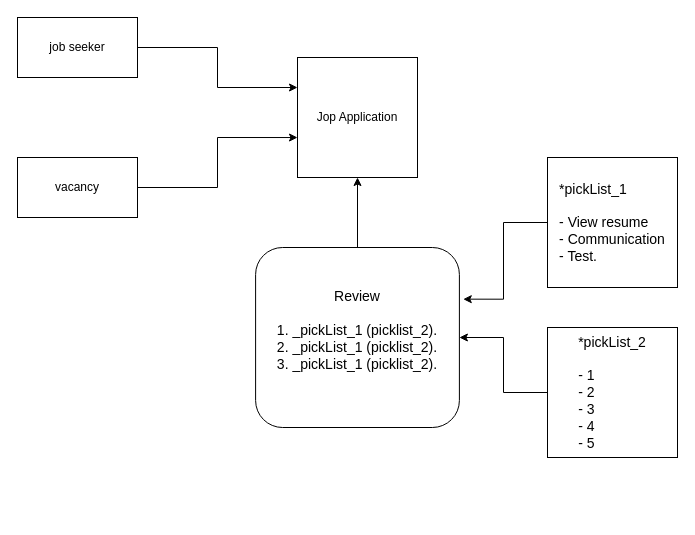
The draw.io diagram Диаграмма без названия.drawio in stanislav-email/second-project, before the edit. Source tidied: cells renumbered, new cells numbered last; positions are measured from the earlier drawing's top-left corner, leaving out a move shared by most shapes. Both pictures are drawn from the tidied source at 100%, with x=0, y=0 at pixel (17, 17).
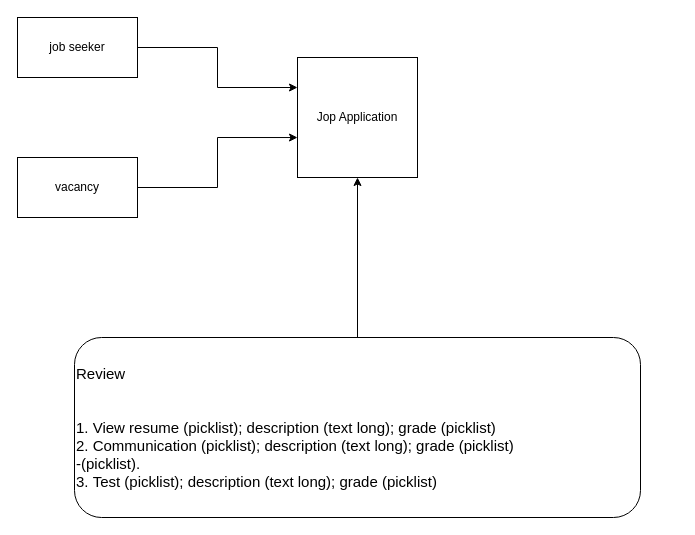
The same diagram, later.

The edit, as a diff of the source:
```diff
@@
 <mxGraphModel>
   <root>
     <mxCell id="0" />
     <mxCell id="1" parent="0" />
     <mxCell id="2" style="edgeStyle=orthogonalEdgeStyle;rounded=0;jettySize=auto;html=1;entryX=0;entryY=0.25;entryDx=0;entryDy=0;" parent="1" edge="1" source="3" target="6">
       <mxGeometry relative="1" as="geometry" />
     </mxCell>
     <mxCell id="3" value="job seeker" style="rounded=0;whiteSpace=wrap;html=1;" parent="1" vertex="1">
       <mxGeometry width="120" height="60" as="geometry" />
     </mxCell>
     <mxCell id="4" style="edgeStyle=orthogonalEdgeStyle;rounded=0;jettySize=auto;html=1;entryX=0;entryY=0.667;entryDx=0;entryDy=0;entryPerimeter=0;" parent="1" edge="1" source="5" target="6">
       <mxGeometry relative="1" as="geometry" />
     </mxCell>
     <mxCell id="5" value="vacancy" style="rounded=0;whiteSpace=wrap;html=1;" parent="1" vertex="1">
       <mxGeometry y="140" width="120" height="60" as="geometry" />
     </mxCell>
     <mxCell id="6" value="Jop Application" style="whiteSpace=wrap;html=1;" parent="1" vertex="1">
       <mxGeometry x="280" y="40" width="120" height="120" as="geometry" />
     </mxCell>
     <mxCell id="7" style="edgeStyle=orthogonalEdgeStyle;rounded=0;jettySize=auto;html=1;entryX=0.5;entryY=1;entryDx=0;entryDy=0;fontSize=14;" parent="1" edge="1" source="8" target="6">
       <mxGeometry relative="1" as="geometry" />
     </mxCell>
-    <mxCell id="8" value="&lt;font style=&quot;font-size: 14px;&quot;&gt;Review&lt;br&gt;&lt;br&gt;&lt;div style=&quot;text-align: left;&quot;&gt;&lt;span style=&quot;background-color: initial;&quot;&gt;1. _pickList_1 (picklist_2).&lt;/span&gt;&lt;/div&gt;&lt;div style=&quot;text-align: left;&quot;&gt;&lt;span style=&quot;background-color: initial;&quot;&gt;2.&amp;nbsp;&lt;/span&gt;_pickList_1 (picklist_2)&lt;span style=&quot;background-color: initial;&quot;&gt;.&lt;/span&gt;&lt;/div&gt;&lt;div style=&quot;text-align: left;&quot;&gt;&lt;span style=&quot;background-color: initial;&quot;&gt;3.&amp;nbsp;&lt;/span&gt;_pickList_1 (picklist_2)&lt;span style=&quot;background-color: initial;&quot;&gt;.&lt;/span&gt;&lt;/div&gt;&lt;/font&gt;&lt;div style=&quot;text-align: left;&quot;&gt;&lt;br&gt;&lt;/div&gt;" style="rounded=1;whiteSpace=wrap;html=1;" parent="1" vertex="1">
-      <mxGeometry x="238.1" y="230" width="203.8" height="180" as="geometry" />
+    <mxCell id="8" value="Review&lt;br style=&quot;font-size: 15px;&quot;&gt;&lt;br style=&quot;font-size: 15px;&quot;&gt;&lt;br style=&quot;font-size: 15px;&quot;&gt;1.&amp;nbsp;View resume&amp;nbsp;(picklist); description (text long); grade (picklist)&lt;br style=&quot;font-size: 15px;&quot;&gt;2. Communication&amp;nbsp;(picklist); description (text long); grade (picklist)&lt;br style=&quot;font-size: 15px;&quot;&gt;-(picklist).&lt;br style=&quot;font-size: 15px;&quot;&gt;3.&amp;nbsp;Test&amp;nbsp;(picklist); description (text long); grade (picklist)" style="rounded=1;textDirection=ltr;labelBackgroundColor=none;html=1;fontSize=15;align=left;" parent="1" vertex="1">
+      <mxGeometry x="57" y="320" width="566" height="180" as="geometry" />
     </mxCell>
-    <mxCell id="9" style="edgeStyle=orthogonalEdgeStyle;rounded=0;jettySize=auto;html=1;entryX=1.019;entryY=0.287;entryDx=0;entryDy=0;entryPerimeter=0;" parent="1" edge="1" source="10" target="8">
-      <mxGeometry relative="1" as="geometry" />
-    </mxCell>
-    <mxCell id="10" value="&lt;div style=&quot;font-size: 14px; text-align: left;&quot;&gt;&lt;span style=&quot;background-color: initial;&quot;&gt;*pickList_1&lt;/span&gt;&lt;/div&gt;&lt;div style=&quot;font-size: 14px; text-align: left;&quot;&gt;&lt;span style=&quot;background-color: initial;&quot;&gt;&lt;br&gt;&lt;/span&gt;&lt;/div&gt;&lt;div style=&quot;font-size: 14px; text-align: left;&quot;&gt;&lt;span style=&quot;background-color: initial;&quot;&gt;- View resume&amp;nbsp;&lt;/span&gt;&lt;/div&gt;&lt;div style=&quot;font-size: 14px; text-align: left;&quot;&gt;&lt;span style=&quot;background-color: initial;&quot;&gt;- Communication&lt;/span&gt;&lt;/div&gt;&lt;div style=&quot;font-size: 14px; text-align: left;&quot;&gt;&lt;span style=&quot;background-color: initial;&quot;&gt;- Test.&lt;/span&gt;&lt;/div&gt;" style="whiteSpace=wrap;html=1;" parent="1" vertex="1">
-      <mxGeometry x="530" y="140" width="130" height="130" as="geometry" />
-    </mxCell>
-    <mxCell id="11" style="edgeStyle=orthogonalEdgeStyle;rounded=0;jettySize=auto;html=1;" parent="1" edge="1" source="12" target="8">
-      <mxGeometry relative="1" as="geometry" />
-    </mxCell>
-    <mxCell id="12" value="&lt;div style=&quot;font-size: 14px; text-align: left;&quot;&gt;&lt;span style=&quot;background-color: initial;&quot;&gt;*pickList_2&lt;/span&gt;&lt;/div&gt;&lt;div style=&quot;font-size: 14px; text-align: left;&quot;&gt;&lt;span style=&quot;background-color: initial;&quot;&gt;&lt;br&gt;&lt;/span&gt;&lt;/div&gt;&lt;div style=&quot;font-size: 14px; text-align: left;&quot;&gt;&lt;span style=&quot;background-color: initial;&quot;&gt;- 1&lt;/span&gt;&lt;/div&gt;&lt;div style=&quot;font-size: 14px; text-align: left;&quot;&gt;&lt;span style=&quot;background-color: initial;&quot;&gt;- 2&lt;/span&gt;&lt;/div&gt;&lt;div style=&quot;font-size: 14px; text-align: left;&quot;&gt;&lt;span style=&quot;background-color: initial;&quot;&gt;- 3&lt;/span&gt;&lt;/div&gt;&lt;div style=&quot;font-size: 14px; text-align: left;&quot;&gt;&lt;span style=&quot;background-color: initial;&quot;&gt;- 4&lt;/span&gt;&lt;/div&gt;&lt;div style=&quot;font-size: 14px; text-align: left;&quot;&gt;&lt;span style=&quot;background-color: initial;&quot;&gt;- 5&amp;nbsp;&lt;/span&gt;&lt;/div&gt;" style="whiteSpace=wrap;html=1;" parent="1" vertex="1">
-      <mxGeometry x="530" y="310" width="130" height="130" as="geometry" />
-    </mxCell>
   </root>
 </mxGraphModel>
```
